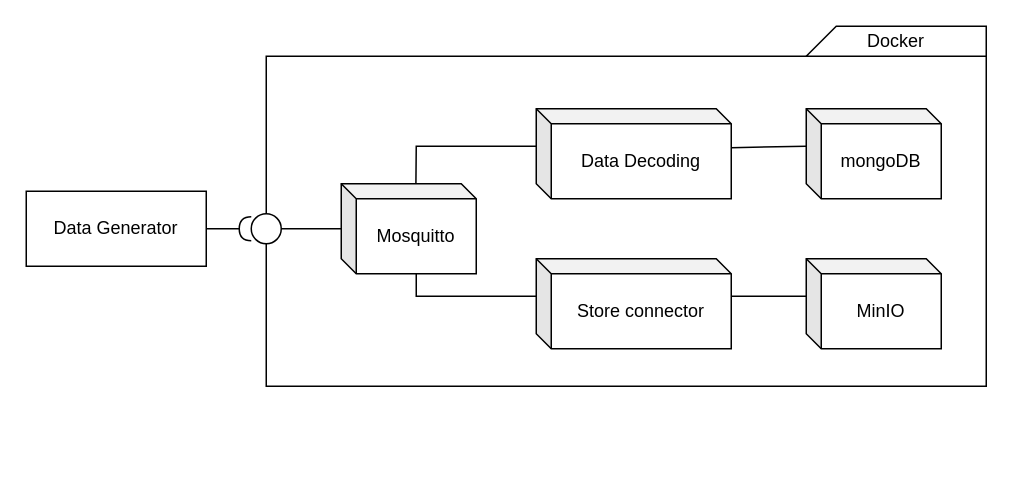
Before: slideshow/drawings/general_scheme.drawio in fgare/CloudComputingTechnologies_project, a draw.io diagram. Source tidied: cells renumbered, new cells numbered last; positions are measured from the earlier drawing's top-left corner, leaving out a move shared by most shapes. Both pictures are drawn from the tidied source at 150%, with x=0, y=0 at pixel (26, 26).
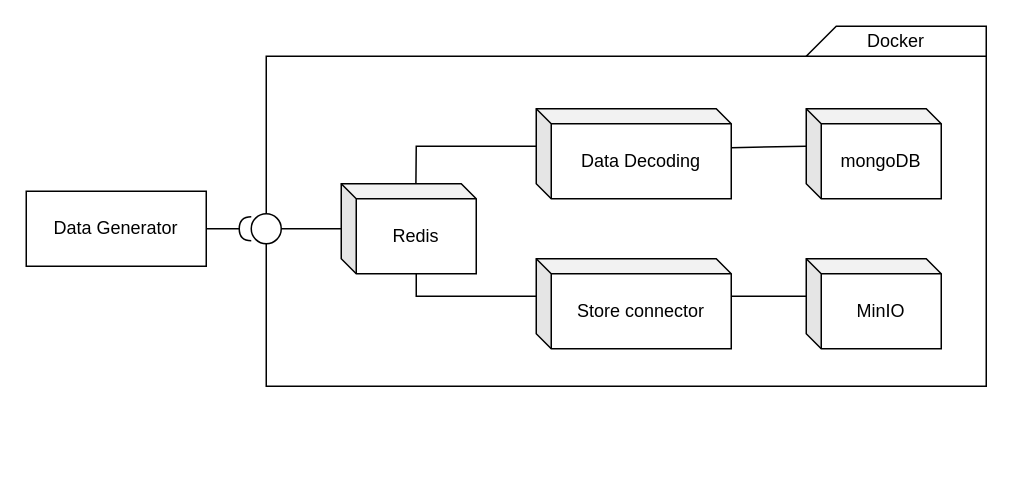
The same diagram, later.

What changed in the source:
```diff
@@
-    <mxCell id="17" value="Mosquitto" style="shape=cube;whiteSpace=wrap;html=1;boundedLbl=1;backgroundOutline=1;darkOpacity=0.05;darkOpacity2=0.1;size=10;" parent="1" vertex="1">
+    <mxCell id="17" value="Redis" style="shape=cube;whiteSpace=wrap;html=1;boundedLbl=1;backgroundOutline=1;darkOpacity=0.05;darkOpacity2=0.1;size=10;" parent="1" vertex="1">
       <mxGeometry x="210" y="105" width="90" height="60" as="geometry" />
     </mxCell>
```
